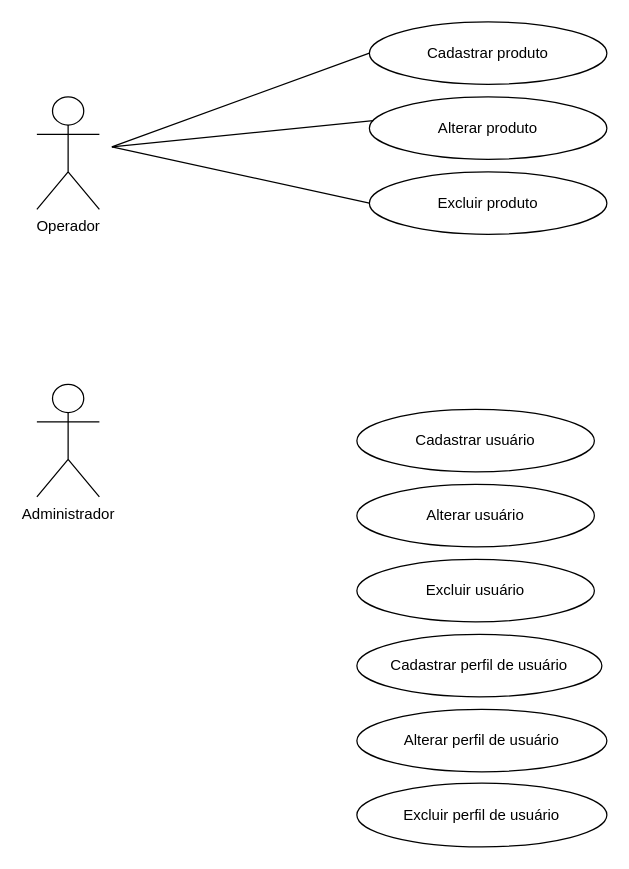
Above: back-end/projects/SGE/Diagrama sem nome.drawio in diguima/cursos (draw.io), before the change. Source tidied: cells renumbered, new cells numbered last; positions are measured from the earlier drawing's top-left corner, leaving out a move shared by most shapes. Both pictures are drawn from the tidied source at 125%, with x=0, y=0 at pixel (36, 21).
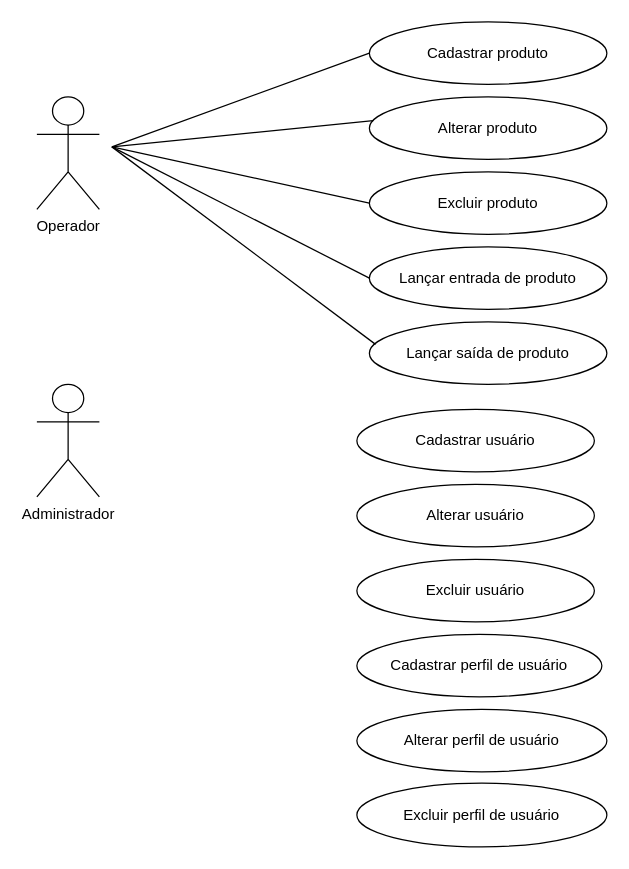
The same page after the edit.

The edit, as a diff of the source:
```diff
@@
+    <mxCell id="16" value="Lançar entrada de produto" style="ellipse;whiteSpace=wrap;html=1;" parent="1" vertex="1">
+      <mxGeometry x="266" y="180" width="190" height="50" as="geometry" />
+    </mxCell>
+    <mxCell id="17" value="Lançar saída de produto" style="ellipse;whiteSpace=wrap;html=1;" parent="1" vertex="1">
+      <mxGeometry x="266" y="240" width="190" height="50" as="geometry" />
+    </mxCell>
+    <mxCell id="18" style="endArrow=none;html=1;rounded=0;entryX=0;entryY=0.5;entryDx=0;entryDy=0;" parent="1" edge="1" target="16">
+      <mxGeometry relative="1" as="geometry">
+        <mxPoint x="60" y="100" as="sourcePoint" />
+      </mxGeometry>
+    </mxCell>
+    <mxCell id="19" style="endArrow=none;html=1;rounded=0;entryX=0.026;entryY=0.36;entryDx=0;entryDy=0;entryPerimeter=0;" parent="1" edge="1" target="17">
+      <mxGeometry relative="1" as="geometry">
+        <mxPoint x="60" y="100" as="sourcePoint" />
+      </mxGeometry>
+    </mxCell>
```
